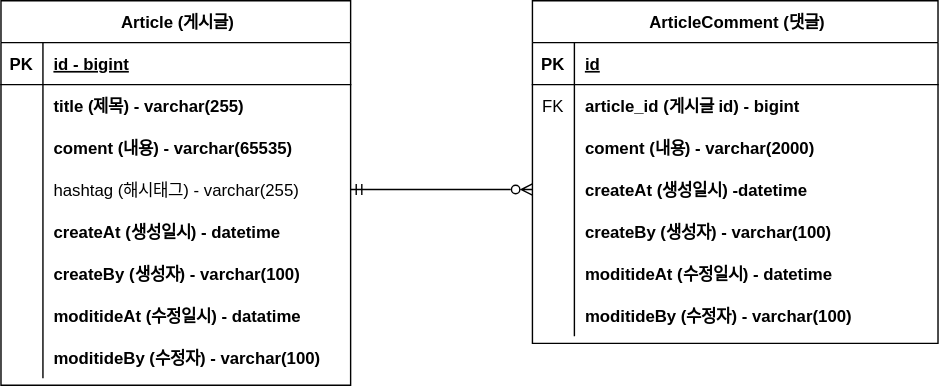
Above: document/board-project-erd.svg in xotlr333/board-project (draw.io), before the change. Source tidied: cells renumbered, new cells last; positions are measured from the earlier drawing's top-left corner, leaving out a move shared by most shapes.
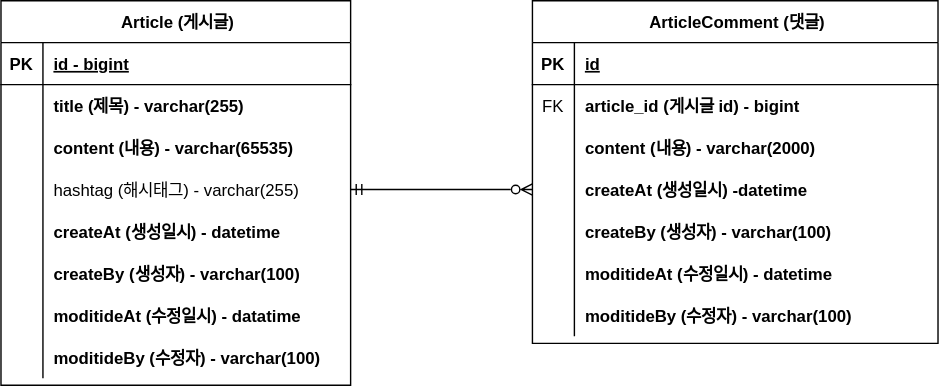
After the change.

Change to the diagram source:
```diff
@@ -29,7 +29,7 @@
     <mxCell id="10" style="shape=partialRectangle;overflow=hidden;fillColor=none;top=0;left=0;bottom=0;right=0;" parent="9" vertex="1">
       <mxGeometry width="30" height="30" as="geometry" />
     </mxCell>
-    <mxCell id="11" value="coment (내용) - varchar(65535)" style="shape=partialRectangle;overflow=hidden;fillColor=none;top=0;left=0;bottom=0;right=0;align=left;spacingLeft=6;fontStyle=1;" parent="9" vertex="1">
+    <mxCell id="11" value="content (내용) - varchar(65535)" style="shape=partialRectangle;overflow=hidden;fillColor=none;top=0;left=0;bottom=0;right=0;align=left;spacingLeft=6;fontStyle=1;" parent="9" vertex="1">
       <mxGeometry x="30" width="220" height="30" as="geometry" />
     </mxCell>
     <mxCell id="12" style="shape=partialRectangle;fillColor=none;points=[[0,0.5],[1,0.5]];portConstraint=eastwest;top=0;left=0;right=0;bottom=0;" parent="2" vertex="1">
@@ -104,7 +104,7 @@
     <mxCell id="35" style="shape=partialRectangle;overflow=hidden;fillColor=none;top=0;left=0;bottom=0;right=0;" parent="34" vertex="1">
       <mxGeometry width="30" height="30" as="geometry" />
     </mxCell>
-    <mxCell id="36" value="coment (내용) - varchar(2000)" style="shape=partialRectangle;overflow=hidden;fillColor=none;top=0;left=0;bottom=0;right=0;align=left;spacingLeft=6;fontStyle=1;" parent="34" vertex="1">
+    <mxCell id="36" value="content (내용) - varchar(2000)" style="shape=partialRectangle;overflow=hidden;fillColor=none;top=0;left=0;bottom=0;right=0;align=left;spacingLeft=6;fontStyle=1;" parent="34" vertex="1">
       <mxGeometry x="30" width="260" height="30" as="geometry" />
     </mxCell>
     <mxCell id="37" style="shape=partialRectangle;fillColor=none;points=[[0,0.5],[1,0.5]];portConstraint=eastwest;top=0;left=0;right=0;bottom=0;" parent="27" vertex="1">
```
